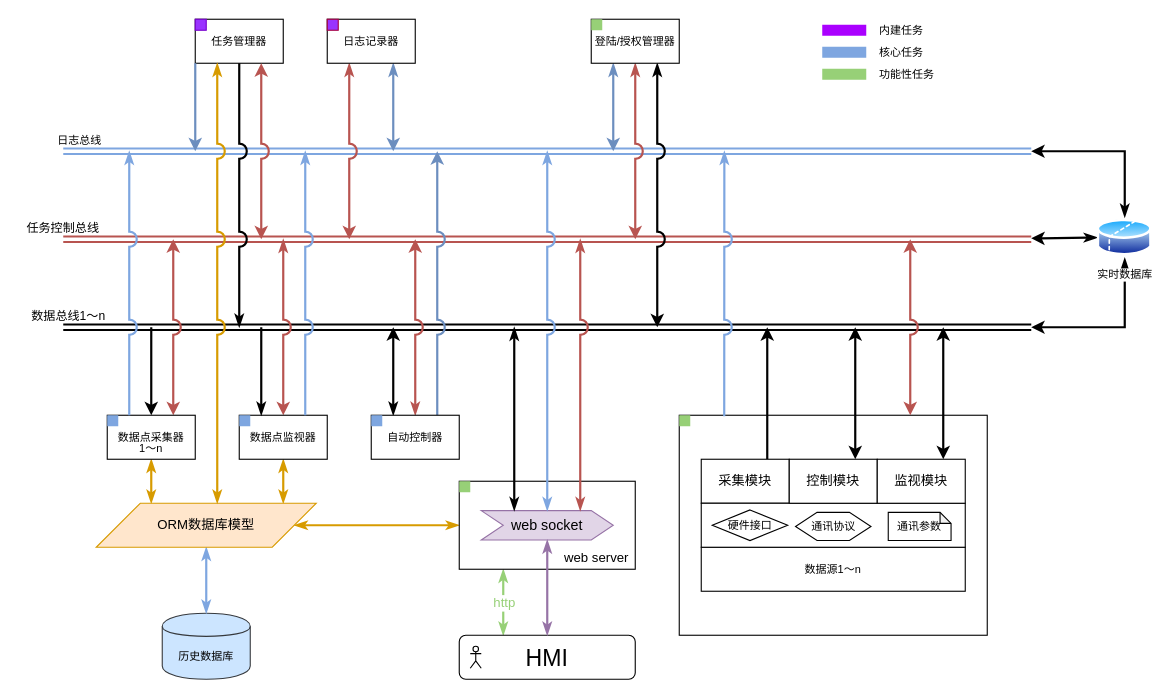
Above: 未命名绘图.drawio in bedreamer/draw.io (draw.io), before the change. Source tidied: cells renumbered, new cells numbered last; positions are measured from the earlier drawing's top-left corner, leaving out a move shared by most shapes. Both pictures are drawn from the tidied source at 110%, with x=0, y=0 at pixel (19, 19).
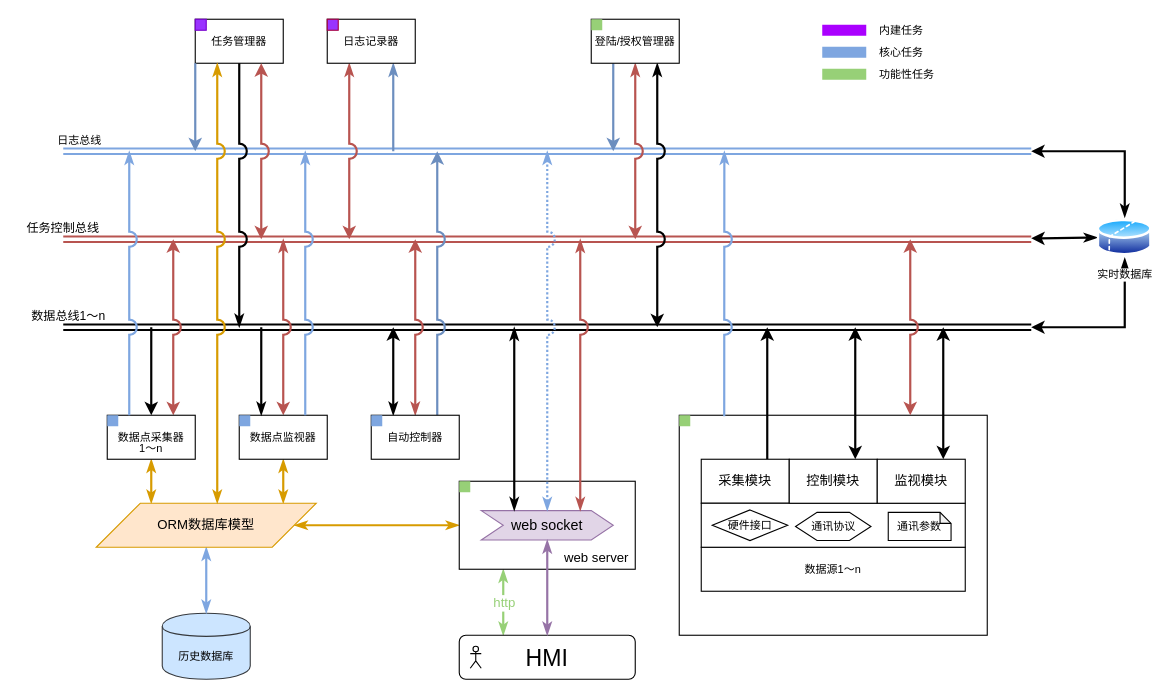
The same diagram, later.

Commit message:
更新未命名绘图.drawio

Unchanged cells that the change refers to:
```xml
<mxCell id="38" value="web&amp;nbsp;socket" style="shape=step;perimeter=stepPerimeter;whiteSpace=wrap;html=1;fixedSize=1;strokeColor=#9673a6;fillColor=#e1d5e7;fontSize=13;" parent="36" vertex="1">
  <mxGeometry x="20" y="26.7" width="120" height="26.7" as="geometry" />
</mxCell>
<mxCell id="74" value="日志记录器" style="rounded=0;whiteSpace=wrap;html=1;fontSize=10;" parent="1" vertex="1">
  <mxGeometry x="280" width="80" height="40" as="geometry" />
</mxCell>
<mxCell id="79" value="登陆/授权管理器" style="rounded=0;whiteSpace=wrap;html=1;fontSize=10;" parent="1" vertex="1">
  <mxGeometry x="520" width="80" height="40" as="geometry" />
</mxCell>
```

Change to the diagram source:
```diff
@@
-    <mxCell id="41" style="edgeStyle=orthogonalEdgeStyle;rounded=0;jumpStyle=arc;jumpSize=12;jettySize=auto;html=1;exitX=0.5;exitY=0;exitDx=0;exitDy=0;startArrow=classicThin;startFill=1;endArrow=classicThin;endFill=1;strokeColor=#7EA6E0;strokeWidth=2;fontSize=10;fontColor=#000000;" parent="1" edge="1" source="38">
+    <mxCell id="41" style="edgeStyle=orthogonalEdgeStyle;rounded=0;jumpStyle=arc;jumpSize=12;jettySize=auto;html=1;startArrow=classicThin;startFill=1;endArrow=classicThin;endFill=1;strokeColor=#7EA6E0;strokeWidth=2;fontSize=10;fontColor=#000000;exitX=0.5;exitY=0;exitDx=0;exitDy=0;dashed=1;dashPattern=1 1;" parent="1" edge="1" source="38">
       <mxGeometry relative="1" as="geometry">
         <mxPoint x="480" y="120" as="targetPoint" />
       </mxGeometry>
     </mxCell>
@@
-    <mxCell id="72" style="edgeStyle=orthogonalEdgeStyle;rounded=0;jumpStyle=arc;jumpSize=12;jettySize=auto;html=1;exitX=0.75;exitY=1;exitDx=0;exitDy=0;startArrow=classicThin;startFill=1;strokeWidth=2;fillColor=#dae8fc;strokeColor=#6c8ebf;" parent="1" edge="1" source="74">
+    <mxCell id="72" style="edgeStyle=orthogonalEdgeStyle;rounded=0;jumpStyle=arc;jumpSize=12;jettySize=auto;html=1;exitX=0.75;exitY=1;exitDx=0;exitDy=0;startArrow=classicThin;startFill=1;strokeWidth=2;fillColor=#dae8fc;strokeColor=#6c8ebf;endArrow=none;endFill=0;" parent="1" edge="1" source="74">
       <mxGeometry relative="1" as="geometry">
         <mxPoint x="340" y="120" as="targetPoint" />
       </mxGeometry>
     </mxCell>
@@
-    <mxCell id="76" style="edgeStyle=orthogonalEdgeStyle;rounded=0;jumpStyle=arc;jumpSize=12;jettySize=auto;html=1;exitX=0.25;exitY=1;exitDx=0;exitDy=0;startArrow=classicThin;startFill=1;strokeWidth=2;fillColor=#dae8fc;strokeColor=#6c8ebf;" parent="1" edge="1" source="79">
+    <mxCell id="76" style="edgeStyle=orthogonalEdgeStyle;rounded=0;jumpStyle=arc;jumpSize=12;jettySize=auto;html=1;exitX=0.25;exitY=1;exitDx=0;exitDy=0;startArrow=none;startFill=0;strokeWidth=2;fillColor=#dae8fc;strokeColor=#6c8ebf;" parent="1" edge="1" source="79">
       <mxGeometry relative="1" as="geometry">
         <mxPoint x="540" y="120" as="targetPoint" />
       </mxGeometry>
     </mxCell>
```
